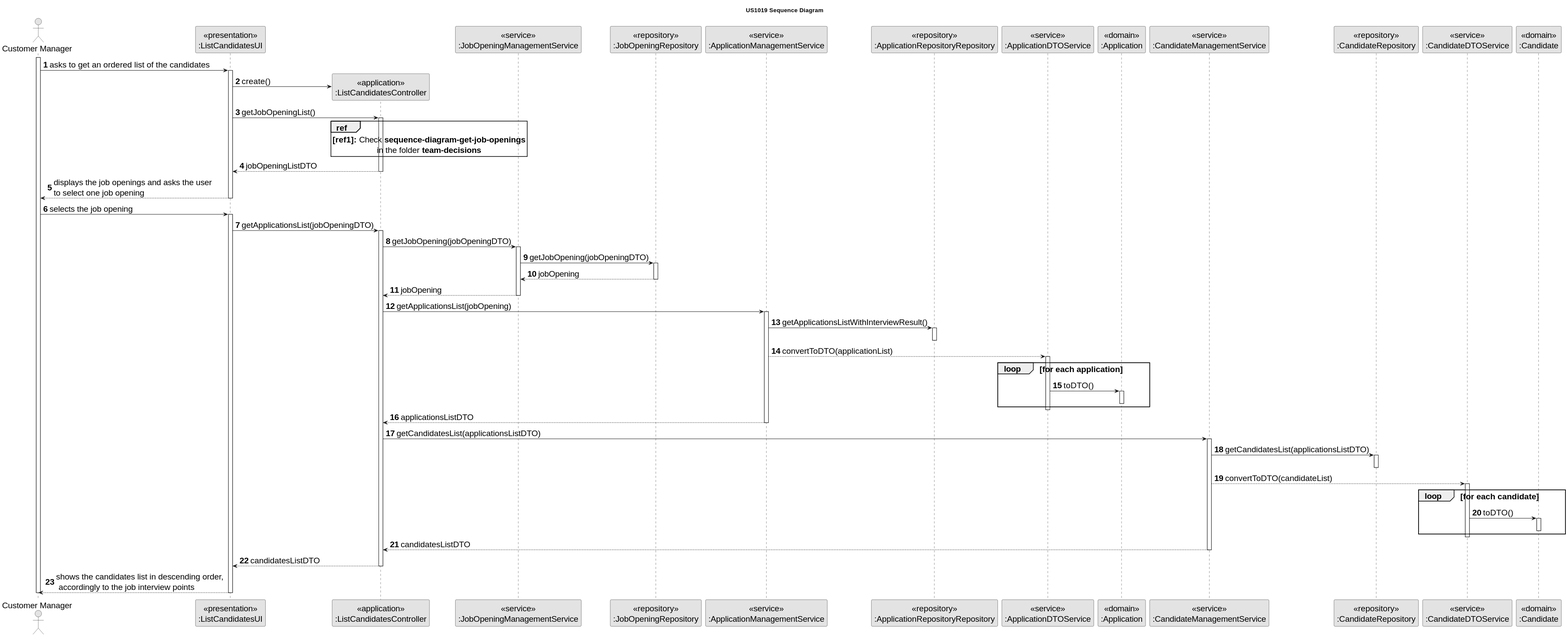
Above: docs/sprint-c/us_1019/SD/US1019_SD.svg in rita-barbosa/LAPR4-2324 (PlantUML), before the change. The source it was exported from:
```plantuml
@startuml
skinparamlocked defaultFontSize 20

skinparam monochrome true
skinparam packageStyle rectangle
skinparam shadowing false

title US1019 Sequence Diagram

autonumber

actor "Customer Manager" as CM
participant "<<presentation>>\n:ListCandidatesUI" as UI
participant "<<application>>\n:ListCandidatesController" as CTRL
participant "<<repository>>\n:JobOpeningRepository" as JobOpeningRepository
participant "<<service>>\n:JobOpeningManagementService" as JobManagement
participant "<<repository>>\n:JobOpeningRepository" as JobOpeningRepository
participant "<<service>>\n:ApplicationManagementService" as AppManagement
participant "<<repository>>\n:ApplicationRepositoryRepository" as ApplicationRepository
participant "<<service>>\n:ApplicationDTOService" as AppDTOServ
participant "<<domain>>\n:Application" as Application
participant "<<service>>\n:CandidateManagementService" as CandidateManagement
participant "<<repository>>\n:CandidateRepository" as CandidateRepository
participant "<<service>>\n:CandidateDTOService" as CanDTOServ
participant "<<domain>>\n:Candidate" as Candidate

activate CM

CM -> UI : asks to get an ordered list of the candidates
activate UI

UI -> CTRL** : create()

UI -> CTRL: getJobOpeningList()
activate CTRL

    ref over CTRL
    **[ref1]:** Check **sequence-diagram-get-job-openings**
    in the folder **team-decisions**
    end ref

    CTRL --> UI : jobOpeningListDTO

    deactivate CTRL

UI --> CM : displays the job openings and asks the user \nto select one job opening
deactivate UI

CM -> UI : selects the job opening
activate UI

UI -> CTRL: getApplicationsList(jobOpeningDTO)
activate CTRL

    CTRL -> JobManagement : getJobOpening(jobOpeningDTO)
    activate JobManagement

    JobManagement -> JobOpeningRepository : getJobOpening(jobOpeningDTO)
    activate JobOpeningRepository

    JobOpeningRepository --> JobManagement : jobOpening
    deactivate JobOpeningRepository

    JobManagement --> CTRL : jobOpening
    deactivate JobManagement


    CTRL -> AppManagement : getApplicationsList(jobOpening)
    activate AppManagement

    AppManagement -> ApplicationRepository : getApplicationsListWithInterviewResult()
    activate ApplicationRepository
    deactivate ApplicationRepository


    AppManagement --> AppDTOServ :  convertToDTO(applicationList)
    activate AppDTOServ

    loop for each application
    AppDTOServ -> Application : toDTO()
    activate Application
    deactivate Application
    end loop

    deactivate AppDTOServ

    AppManagement --> CTRL : applicationsListDTO
    deactivate AppManagement


    CTRL -> CandidateManagement : getCandidatesList(applicationsListDTO)
    activate CandidateManagement

    CandidateManagement -> CandidateRepository : getCandidatesList(applicationsListDTO)
    activate CandidateRepository
    deactivate CandidateRepository

    CandidateManagement --> CanDTOServ :  convertToDTO(candidateList)
        activate CanDTOServ

        loop for each candidate
        CanDTOServ -> Candidate : toDTO()
        activate Candidate
        deactivate Candidate
        end loop

        deactivate CanDTOServ

        CandidateManagement --> CTRL : candidatesListDTO
        deactivate CandidateManagement


    CTRL --> UI : candidatesListDTO
    deactivate CTRL


UI --> CM : shows the candidates list in descending order,\n accordingly to the job interview points
deactivate UI

deactivate CM
@enduml
```
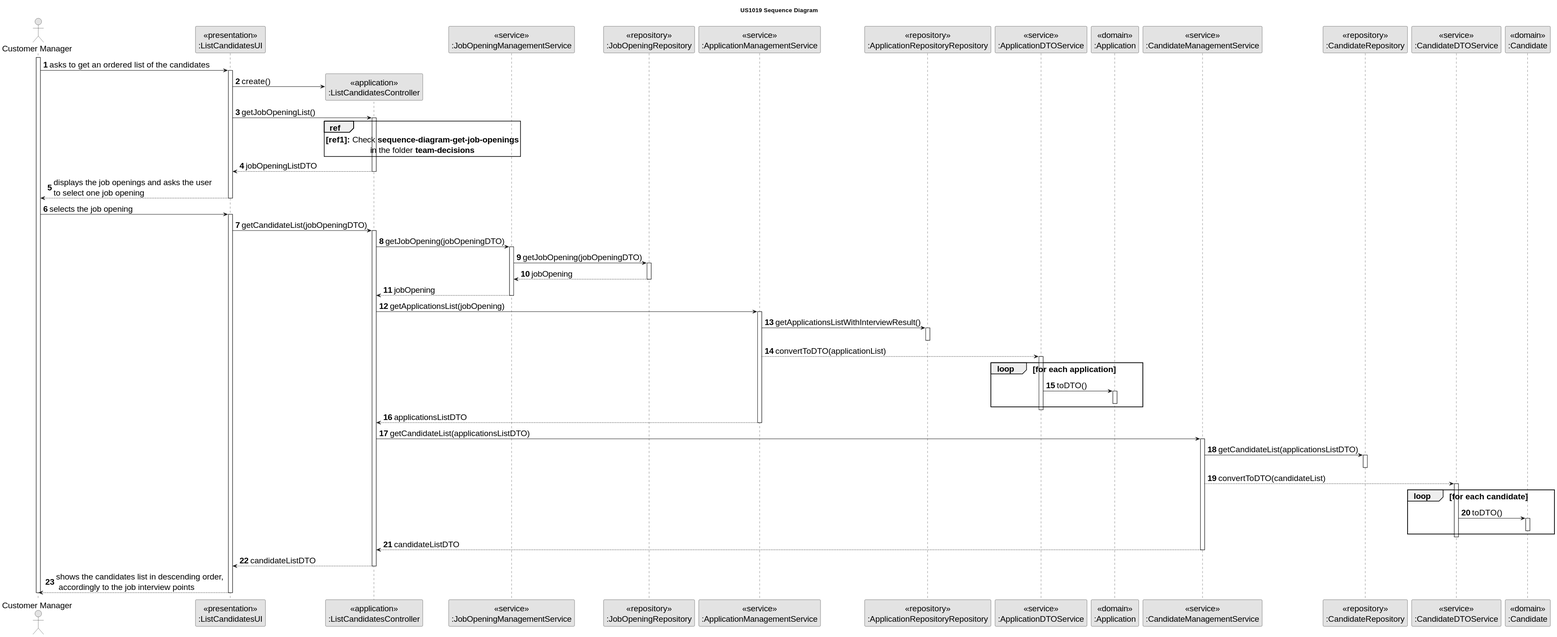
The same file after the commit.

Commit message:
docs: updates sequence diagram of us1019.

[#208]

What changed in the source:
```diff
@@ -49,7 +49,7 @@
 CM -> UI : selects the job opening
 activate UI
 
-UI -> CTRL: getApplicationsList(jobOpeningDTO)
+UI -> CTRL: getCandidateList(jobOpeningDTO)
 activate CTRL
 
     CTRL -> JobManagement : getJobOpening(jobOpeningDTO)
@@ -88,10 +88,10 @@
     deactivate AppManagement
 
 
-    CTRL -> CandidateManagement : getCandidatesList(applicationsListDTO)
+    CTRL -> CandidateManagement : getCandidateList(applicationsListDTO)
     activate CandidateManagement
 
-    CandidateManagement -> CandidateRepository : getCandidatesList(applicationsListDTO)
+    CandidateManagement -> CandidateRepository : getCandidateList(applicationsListDTO)
     activate CandidateRepository
     deactivate CandidateRepository
 
@@ -106,11 +106,11 @@
 
         deactivate CanDTOServ
 
-        CandidateManagement --> CTRL : candidatesListDTO
+        CandidateManagement --> CTRL : candidateListDTO
         deactivate CandidateManagement
 
 
-    CTRL --> UI : candidatesListDTO
+    CTRL --> UI : candidateListDTO
     deactivate CTRL
 
 
```
